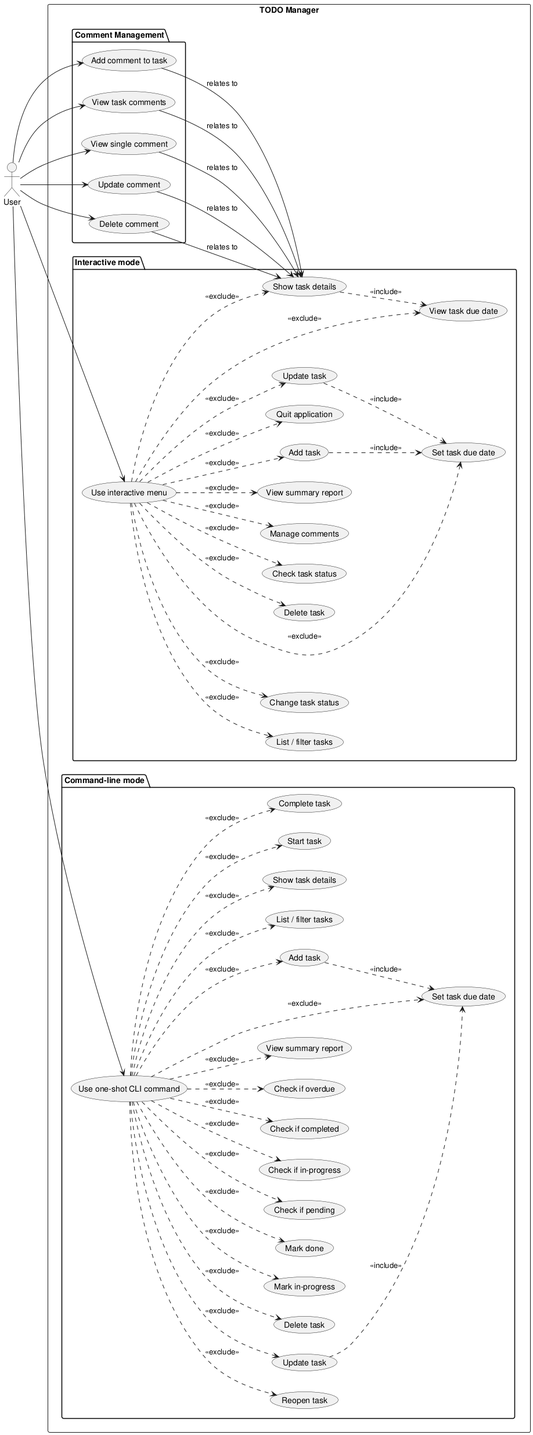
DanielRiha8906/Software_autoevolution_using_agents keeps this PlantUML diagram as experiments/supervisor_as_tools/user_stories/TODO/artifacts/use_case_diagram.png. Above is the earlier version.
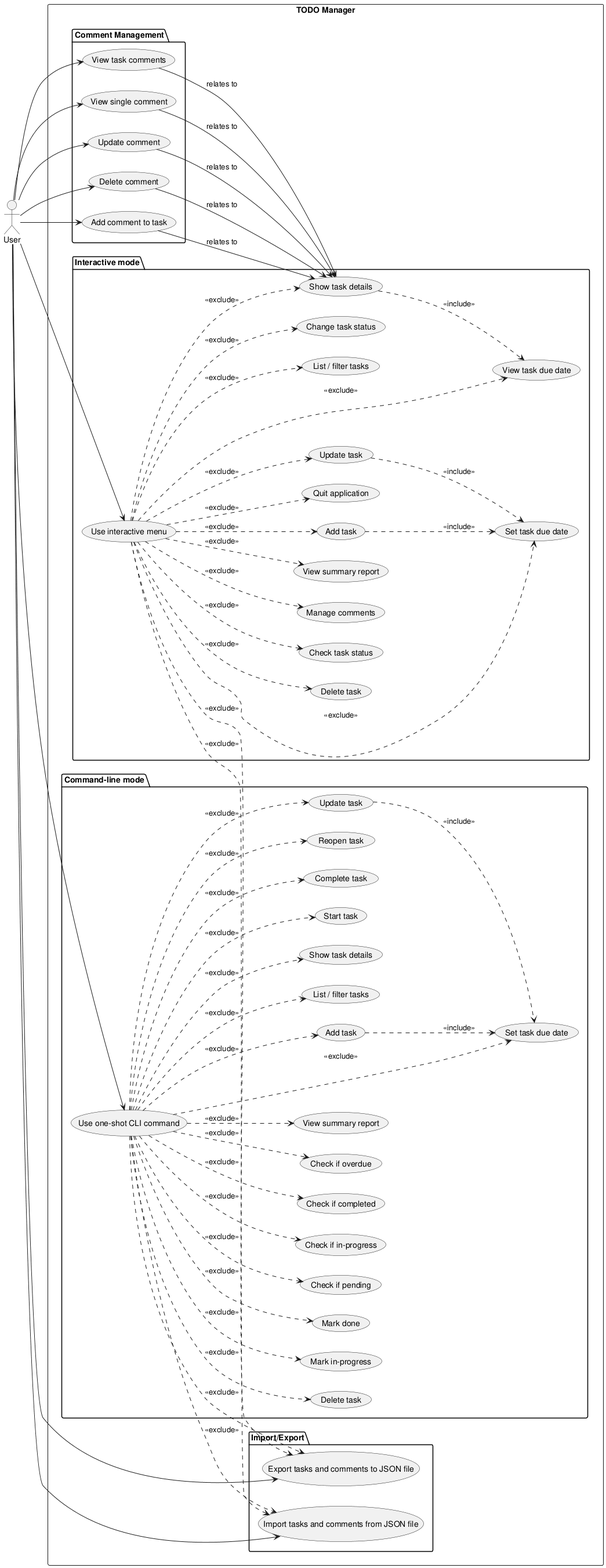
After the commit.

The edit, as a diff of the source:
```diff
@@ -12,6 +12,11 @@
     usecase "View single comment" as VIEW_COMMENT
     usecase "Update comment" as UPDATE_COMMENT
     usecase "Delete comment" as DELETE_COMMENT
+  }
+
+  package "Import/Export" {
+    usecase "Export tasks and comments to JSON file" as EXPORT
+    usecase "Import tasks and comments from JSON file" as IMPORT
   }
 
   package "Interactive mode" {
@@ -58,6 +63,8 @@
 User --> VIEW_COMMENT
 User --> UPDATE_COMMENT
 User --> DELETE_COMMENT
+User --> EXPORT
+User --> IMPORT
 
 ADD_COMMENT --> I_SHOW : relates to
 VIEW_COMMENTS --> I_SHOW : relates to
@@ -102,4 +109,9 @@
 C_ADD ..> C_DUEDATE : <<include>>
 C_UPDATE ..> C_DUEDATE : <<include>>
 
+UI ..> EXPORT : <<exclude>>
+UI ..> IMPORT : <<exclude>>
+CLI ..> EXPORT : <<exclude>>
+CLI ..> IMPORT : <<exclude>>
+
 @enduml
```
